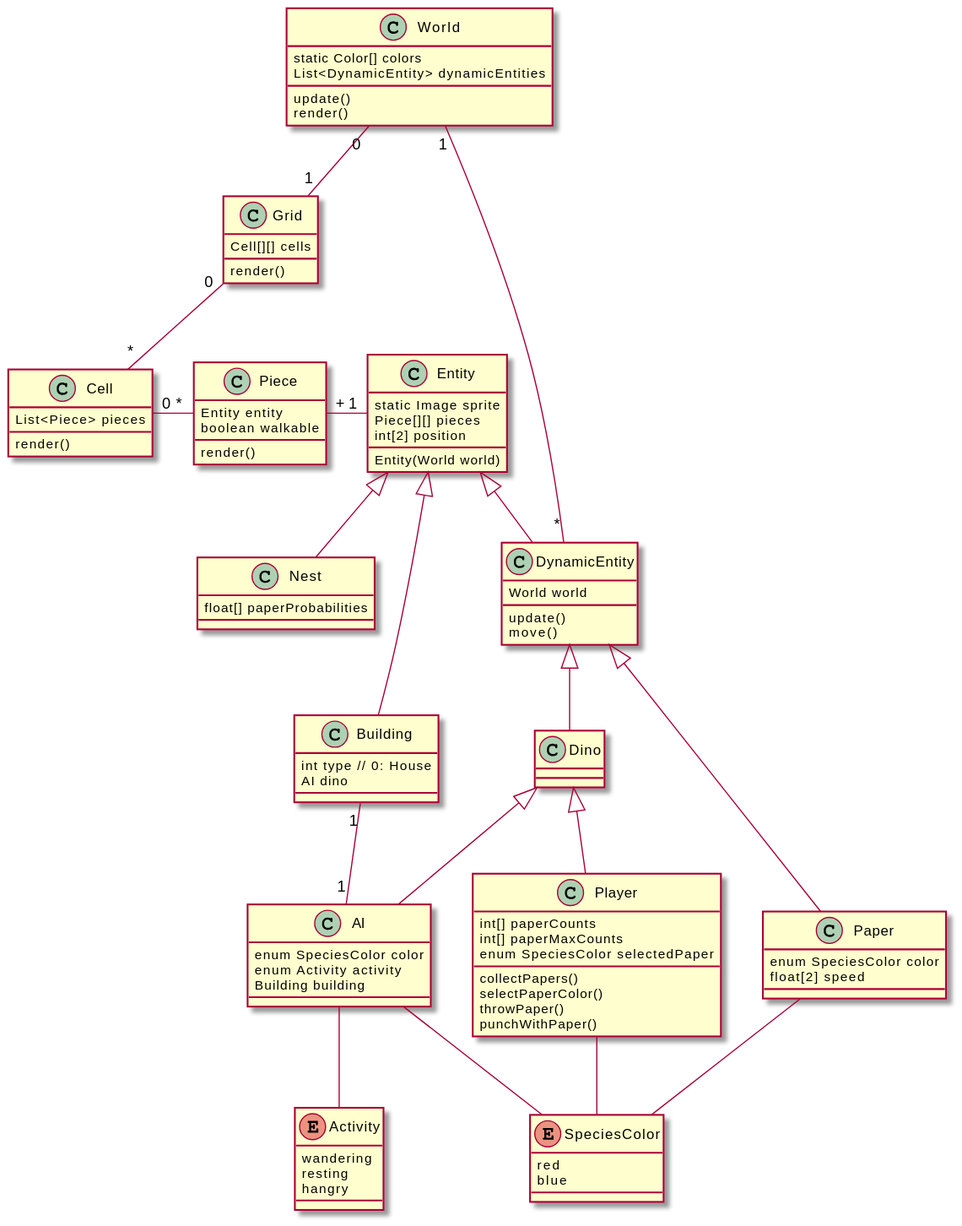
Above: doc/classes.svg in BigDinoTeam/tgj-paper-dino (PlantUML), before the change.
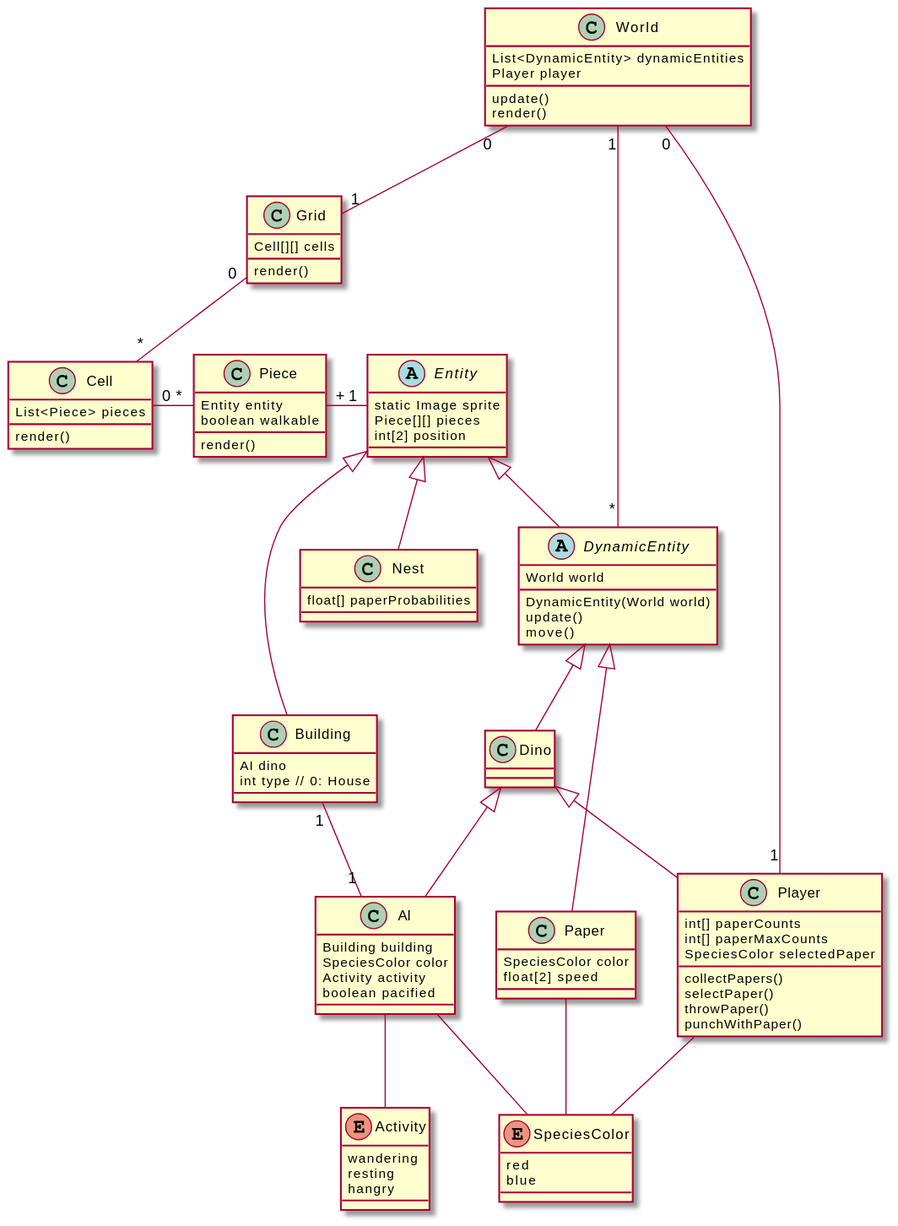
After the commit.

Change to the diagram source:
```diff
@@ -1,7 +1,7 @@
 @startuml
 class World {
-	static Color[] colors
 	List<DynamicEntity> dynamicEntities
+	Player player
 	update()
 	render()
 }
@@ -22,11 +22,10 @@
 	render()
 }
 
-class Entity {
+abstract class Entity {
 	static Image sprite
 	Piece[][] pieces
 	int[2] position
-	Entity(World world)
 }
 
 class Nest extends Entity {
@@ -34,12 +33,13 @@
 }
 
 class Building extends Entity {
+	AI dino
 	int type // 0: House
-	AI dino
 }
 
-class DynamicEntity extends Entity {
+abstract class DynamicEntity extends Entity {
 	World world
+	DynamicEntity(World world)
 	update()
 	move()
 }
@@ -47,23 +47,24 @@
 class Dino extends DynamicEntity
 
 class AI extends Dino {
-	enum SpeciesColor color
-	enum Activity activity
 	Building building
+	SpeciesColor color
+	Activity activity
+	boolean pacified
 }
 
 class Player extends Dino {
 	int[] paperCounts
 	int[] paperMaxCounts
-	enum SpeciesColor selectedPaper
+	SpeciesColor selectedPaper
 	collectPapers()
-	selectPaperColor()
+	selectPaper()
 	throwPaper()
 	punchWithPaper()
 }
 
 class Paper extends DynamicEntity {
-	enum SpeciesColor color
+	SpeciesColor color
 	float[2] speed
 }
 
@@ -80,6 +81,7 @@
 
 World "0"--down"1" Grid
 World "1"--down"*" DynamicEntity
+World "0"--"1" Player
 Grid "0"--down"*" Cell
 Cell "0"--right"*" Piece
 Piece "+"--right"1" Entity
```
